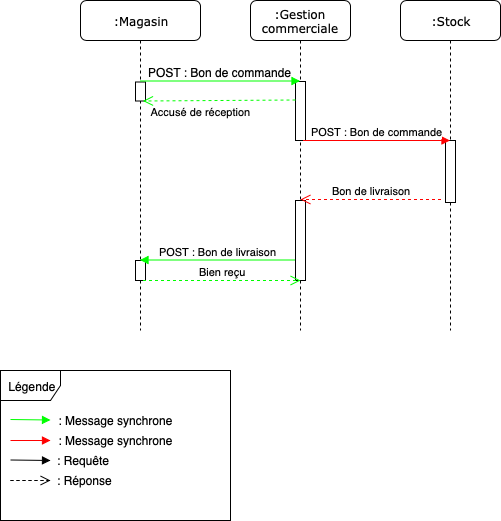
Above: docs/uml/réassortMagasin.png in ursi-2020/gestion-commercial (draw.io), before the change. Source tidied: cells renumbered, new cells last; positions are measured from the earlier drawing's top-left corner, leaving out a move shared by most shapes. Its diagram source:
```xml
<mxGraphModel background="#ffffff">
  <root>
    <mxCell id="0" />
    <mxCell id="1" parent="0" />
    <mxCell id="2" value=":Gestion commerciale" style="shape=umlLifeline;perimeter=lifelinePerimeter;whiteSpace=wrap;html=1;rounded=1;shadow=0;comic=0;labelBackgroundColor=none;strokeColor=#000000;strokeWidth=1;fillColor=#FFFFFF;fontFamily=Verdana;fontSize=12;fontColor=#000000;align=center;" parent="1" vertex="1">
      <mxGeometry x="250" width="100" height="330" as="geometry" />
    </mxCell>
    <mxCell id="3" value=":Stock" style="shape=umlLifeline;perimeter=lifelinePerimeter;whiteSpace=wrap;html=1;outlineConnect=0;rounded=1;shadow=0;comic=0;labelBackgroundColor=none;strokeColor=#000000;strokeWidth=1;fillColor=#FFFFFF;fontFamily=Verdana;fontSize=12;fontColor=#000000;align=center;" parent="1" vertex="1">
      <mxGeometry x="400" width="100" height="330" as="geometry" />
    </mxCell>
    <mxCell id="4" style="rounded=0;whiteSpace=wrap;html=1;" parent="3" vertex="1">
      <mxGeometry x="45" y="140" width="10" height="62" as="geometry" />
    </mxCell>
    <mxCell id="5" value=":Magasin" style="shape=umlLifeline;perimeter=lifelinePerimeter;whiteSpace=wrap;html=1;outlineConnect=0;rounded=1;shadow=0;comic=0;labelBackgroundColor=none;strokeColor=#000000;strokeWidth=1;fillColor=#FFFFFF;fontFamily=Verdana;fontSize=12;fontColor=#000000;align=center;" parent="1" vertex="1">
      <mxGeometry x="80" width="120" height="330" as="geometry" />
    </mxCell>
    <mxCell id="6" value="&lt;font style=&quot;font-size: 11px&quot;&gt;Accusé de réception&lt;/font&gt;" style="text;html=1;strokeColor=none;fillColor=none;align=center;verticalAlign=middle;whiteSpace=wrap;rounded=0;" parent="5" vertex="1">
      <mxGeometry x="55" y="100.5" width="130" height="20" as="geometry" />
    </mxCell>
    <mxCell id="7" style="rounded=0;whiteSpace=wrap;html=1;" parent="5" vertex="1">
      <mxGeometry x="55" y="81.5" width="10" height="19" as="geometry" />
    </mxCell>
    <mxCell id="8" style="rounded=0;whiteSpace=wrap;html=1;" parent="5" vertex="1">
      <mxGeometry x="55" y="260" width="10" height="20" as="geometry" />
    </mxCell>
    <mxCell id="9" style="rounded=0;whiteSpace=wrap;html=1;" parent="1" vertex="1">
      <mxGeometry x="295" y="81" width="10" height="59" as="geometry" />
    </mxCell>
    <mxCell id="10" style="rounded=0;whiteSpace=wrap;html=1;" parent="1" vertex="1">
      <mxGeometry x="295" y="200" width="10" height="80" as="geometry" />
    </mxCell>
    <mxCell id="11" value="Bon de livraison" style="html=1;verticalAlign=bottom;endArrow=open;dashed=1;endSize=8;strokeColor=#FF0000;" parent="1" edge="1">
      <mxGeometry relative="1" as="geometry">
        <mxPoint x="440.5" y="199" as="sourcePoint" />
        <mxPoint x="300" y="199" as="targetPoint" />
      </mxGeometry>
    </mxCell>
    <mxCell id="12" value="POST : Bon de commande" style="html=1;verticalAlign=bottom;endArrow=block;strokeColor=#FF0000;exitX=0.75;exitY=1;exitDx=0;exitDy=0;" parent="1" edge="1" source="9" target="3">
      <mxGeometry relative="1" as="geometry" />
    </mxCell>
    <mxCell id="13" value="&lt;font style=&quot;font-size: 12px&quot;&gt;POST : Bon de commande&lt;/font&gt;" style="html=1;verticalAlign=bottom;endArrow=block;strokeColor=#00FF00;" parent="1" edge="1" source="5">
      <mxGeometry relative="1" as="geometry">
        <mxPoint x="299.5" y="80.5" as="targetPoint" />
      </mxGeometry>
    </mxCell>
    <mxCell id="14" value="POST : Bon de livraison" style="html=1;verticalAlign=bottom;endArrow=none;endFill=0;startArrow=block;startFill=1;strokeColor=#00FF00;" parent="1" edge="1" source="5">
      <mxGeometry relative="1" as="geometry">
        <mxPoint x="294.5" y="259.5" as="targetPoint" />
      </mxGeometry>
    </mxCell>
    <mxCell id="15" style="html=1;verticalAlign=bottom;endArrow=open;dashed=1;endSize=8;entryX=0.75;entryY=1;entryDx=0;entryDy=0;strokeColor=#00FF00;" parent="1" edge="1" target="7">
      <mxGeometry relative="1" as="geometry">
        <mxPoint x="295" y="99.5" as="sourcePoint" />
      </mxGeometry>
    </mxCell>
    <mxCell id="16" value="Bien reçu" style="html=1;verticalAlign=bottom;endArrow=open;dashed=1;endSize=8;strokeColor=#00FF00;exitX=0.75;exitY=1;exitDx=0;exitDy=0;" parent="1" edge="1" source="8">
      <mxGeometry relative="1" as="geometry">
        <mxPoint x="300" y="280" as="targetPoint" />
        <Array as="points">
          <mxPoint x="230" y="280" />
        </Array>
      </mxGeometry>
    </mxCell>
    <mxCell id="17" value="Légende" style="shape=umlFrame;whiteSpace=wrap;html=1;" parent="1" vertex="1">
      <mxGeometry y="370" width="230" height="150" as="geometry" />
    </mxCell>
    <mxCell id="18" value=": Message synchrone" style="text;html=1;strokeColor=none;fillColor=none;align=center;verticalAlign=middle;whiteSpace=wrap;rounded=0;" parent="1" vertex="1">
      <mxGeometry x="40" y="410" width="150" height="20" as="geometry" />
    </mxCell>
    <mxCell id="19" style="html=1;verticalAlign=bottom;endArrow=block;strokeColor=#FF0000;" parent="1" edge="1">
      <mxGeometry relative="1" as="geometry">
        <mxPoint x="10" y="440" as="sourcePoint" />
        <mxPoint x="50" y="440" as="targetPoint" />
      </mxGeometry>
    </mxCell>
    <mxCell id="20" value=": Message synchrone" style="text;html=1;strokeColor=none;fillColor=none;align=center;verticalAlign=middle;whiteSpace=wrap;rounded=0;" parent="1" vertex="1">
      <mxGeometry x="55" y="430" width="120" height="20" as="geometry" />
    </mxCell>
    <mxCell id="21" style="html=1;verticalAlign=bottom;endArrow=block;strokeColor=#00FF00;" parent="1" edge="1">
      <mxGeometry relative="1" as="geometry">
        <mxPoint x="10" y="419" as="sourcePoint" />
        <mxPoint x="50" y="419.5" as="targetPoint" />
      </mxGeometry>
    </mxCell>
    <mxCell id="22" style="html=1;verticalAlign=bottom;endArrow=block;strokeColor=#000000;" parent="1" edge="1">
      <mxGeometry relative="1" as="geometry">
        <mxPoint x="10" y="459.5" as="sourcePoint" />
        <mxPoint x="50" y="460" as="targetPoint" />
      </mxGeometry>
    </mxCell>
    <mxCell id="23" style="html=1;verticalAlign=bottom;endArrow=open;dashed=1;endSize=8;strokeColor=#000000;" parent="1" edge="1">
      <mxGeometry relative="1" as="geometry">
        <mxPoint x="10" y="480" as="sourcePoint" />
        <mxPoint x="50" y="480" as="targetPoint" />
      </mxGeometry>
    </mxCell>
    <mxCell id="24" value=": Requête" style="text;html=1;strokeColor=none;fillColor=none;align=left;verticalAlign=middle;whiteSpace=wrap;rounded=0;" parent="1" vertex="1">
      <mxGeometry x="55" y="450" width="120" height="20" as="geometry" />
    </mxCell>
    <mxCell id="25" value=": Réponse&amp;nbsp;" style="text;html=1;strokeColor=none;fillColor=none;align=left;verticalAlign=middle;whiteSpace=wrap;rounded=0;" parent="1" vertex="1">
      <mxGeometry x="55" y="470" width="120" height="20" as="geometry" />
    </mxCell>
  </root>
</mxGraphModel>
```
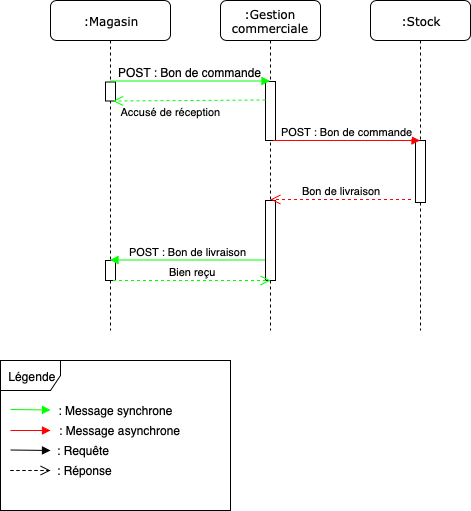
After the commit.

What changed in the source:
```diff
@@ -62,43 +62,43 @@
       </mxGeometry>
     </mxCell>
     <mxCell id="17" value="Légende" style="shape=umlFrame;whiteSpace=wrap;html=1;" parent="1" vertex="1">
-      <mxGeometry y="370" width="230" height="150" as="geometry" />
+      <mxGeometry x="30" y="360" width="230" height="150" as="geometry" />
     </mxCell>
-    <mxCell id="18" value=": Message synchrone" style="text;html=1;strokeColor=none;fillColor=none;align=center;verticalAlign=middle;whiteSpace=wrap;rounded=0;" parent="1" vertex="1">
-      <mxGeometry x="40" y="410" width="150" height="20" as="geometry" />
-    </mxCell>
-    <mxCell id="19" style="html=1;verticalAlign=bottom;endArrow=block;strokeColor=#FF0000;" parent="1" edge="1">
-      <mxGeometry relative="1" as="geometry">
-        <mxPoint x="10" y="440" as="sourcePoint" />
-        <mxPoint x="50" y="440" as="targetPoint" />
-      </mxGeometry>
-    </mxCell>
-    <mxCell id="20" value=": Message synchrone" style="text;html=1;strokeColor=none;fillColor=none;align=center;verticalAlign=middle;whiteSpace=wrap;rounded=0;" parent="1" vertex="1">
-      <mxGeometry x="55" y="430" width="120" height="20" as="geometry" />
-    </mxCell>
-    <mxCell id="21" style="html=1;verticalAlign=bottom;endArrow=block;strokeColor=#00FF00;" parent="1" edge="1">
-      <mxGeometry relative="1" as="geometry">
-        <mxPoint x="10" y="419" as="sourcePoint" />
-        <mxPoint x="50" y="419.5" as="targetPoint" />
-      </mxGeometry>
-    </mxCell>
-    <mxCell id="22" style="html=1;verticalAlign=bottom;endArrow=block;strokeColor=#000000;" parent="1" edge="1">
-      <mxGeometry relative="1" as="geometry">
-        <mxPoint x="10" y="459.5" as="sourcePoint" />
-        <mxPoint x="50" y="460" as="targetPoint" />
-      </mxGeometry>
-    </mxCell>
-    <mxCell id="23" style="html=1;verticalAlign=bottom;endArrow=open;dashed=1;endSize=8;strokeColor=#000000;" parent="1" edge="1">
-      <mxGeometry relative="1" as="geometry">
-        <mxPoint x="10" y="480" as="sourcePoint" />
-        <mxPoint x="50" y="480" as="targetPoint" />
-      </mxGeometry>
-    </mxCell>
+    <mxCell id="26" value=": Message synchrone" style="text;html=1;strokeColor=none;fillColor=none;align=center;verticalAlign=middle;whiteSpace=wrap;rounded=0;" parent="1" vertex="1">
+      <mxGeometry x="70" y="400" width="150" height="20" as="geometry" />
+    </mxCell>
+    <mxCell id="27" style="html=1;verticalAlign=bottom;endArrow=block;strokeColor=#FF0000;" parent="1" edge="1">
+      <mxGeometry relative="1" as="geometry">
+        <mxPoint x="40" y="430" as="sourcePoint" />
+        <mxPoint x="80" y="430" as="targetPoint" />
+      </mxGeometry>
+    </mxCell>
+    <mxCell id="28" value=": Message asynchrone &amp;nbsp;" style="text;html=1;strokeColor=none;fillColor=none;align=center;verticalAlign=middle;whiteSpace=wrap;rounded=0;" parent="1" vertex="1">
+      <mxGeometry x="85" y="420" width="135" height="20" as="geometry" />
+    </mxCell>
+    <mxCell id="29" style="html=1;verticalAlign=bottom;endArrow=block;strokeColor=#00FF00;" parent="1" edge="1">
+      <mxGeometry relative="1" as="geometry">
+        <mxPoint x="40" y="409" as="sourcePoint" />
+        <mxPoint x="80" y="409.5" as="targetPoint" />
+      </mxGeometry>
+    </mxCell>
+    <mxCell id="30" style="html=1;verticalAlign=bottom;endArrow=block;strokeColor=#000000;" parent="1" edge="1">
+      <mxGeometry relative="1" as="geometry">
+        <mxPoint x="40" y="449.5" as="sourcePoint" />
+        <mxPoint x="80" y="450" as="targetPoint" />
+      </mxGeometry>
+    </mxCell>
+    <mxCell id="31" style="html=1;verticalAlign=bottom;endArrow=open;dashed=1;endSize=8;strokeColor=#000000;" parent="1" edge="1">
+      <mxGeometry relative="1" as="geometry">
+        <mxPoint x="40" y="470" as="sourcePoint" />
+        <mxPoint x="80" y="470" as="targetPoint" />
+      </mxGeometry>
+    </mxCell>
     <mxCell id="24" value=": Requête" style="text;html=1;strokeColor=none;fillColor=none;align=left;verticalAlign=middle;whiteSpace=wrap;rounded=0;" parent="1" vertex="1">
-      <mxGeometry x="55" y="450" width="120" height="20" as="geometry" />
+      <mxGeometry x="85" y="440" width="120" height="20" as="geometry" />
     </mxCell>
     <mxCell id="25" value=": Réponse&amp;nbsp;" style="text;html=1;strokeColor=none;fillColor=none;align=left;verticalAlign=middle;whiteSpace=wrap;rounded=0;" parent="1" vertex="1">
-      <mxGeometry x="55" y="470" width="120" height="20" as="geometry" />
+      <mxGeometry x="85" y="460" width="120" height="20" as="geometry" />
     </mxCell>
   </root>
 </mxGraphModel>
```
